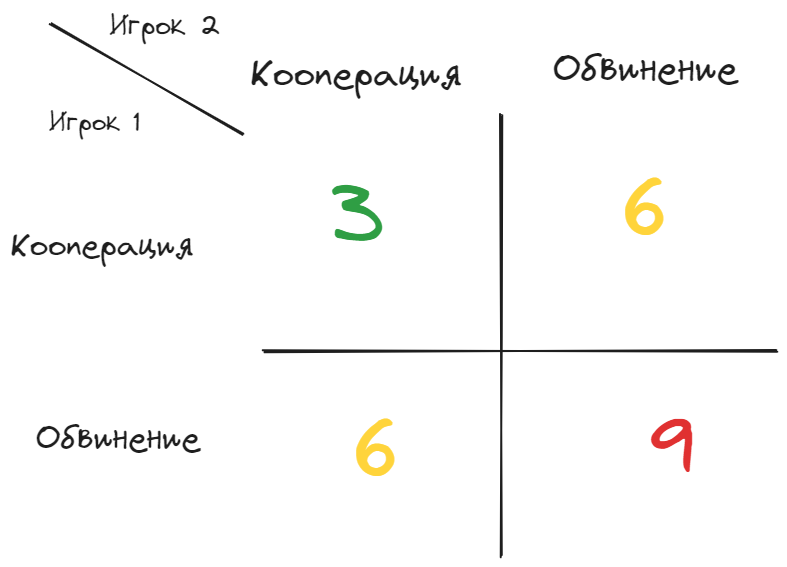
Above: diplom/assets/pedagogic/social/dilemma.excalidraw.png in NMashalov/EducationGenerativeModelApplication (Excalidraw), before the change. Source tidied: one line per element, renumbered; positions are measured from the earlier drawing's top-left corner, leaving out a move shared by most shapes.
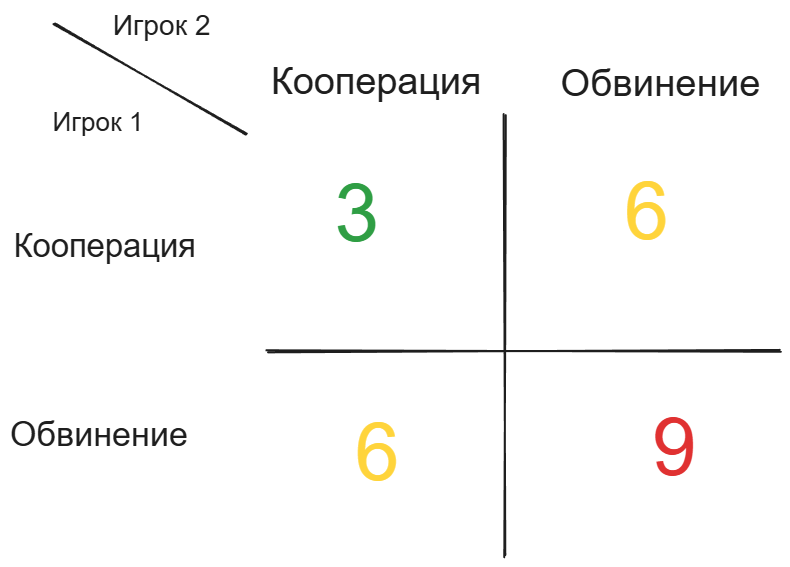
The same diagram one commit later.

What changed in the source:
```diff
@@ -1,13 +1,13 @@
 {"id": 0, "type": "line", "strokeColor": "#1e1e1e", "strokeWidth": 2, "roughness": 1, "round": true, "x": 491, "y": 546, "width": 0, "height": 441, "points": [[0, 0], [0, -441]]}
 {"id": 1, "type": "line", "strokeColor": "#1e1e1e", "strokeWidth": 2, "roughness": 1, "round": true, "x": 254, "y": 341, "width": 514, "height": 0, "points": [[0, 0], [514, 0]]}
-{"id": 2, "type": "text", "text": "Кооперация", "strokeColor": "#1e1e1e", "strokeWidth": 2, "roughness": 1, "fontSize": 37.74, "fontFamily": 1, "x": 240, "y": 42, "width": 212, "height": 47}
+{"id": 2, "type": "text", "text": "Кооперация", "strokeColor": "#1e1e1e", "strokeWidth": 2, "roughness": 1, "fontSize": 37.74, "fontFamily": 2, "x": 257, "y": 49, "width": 210, "height": 43}
-{"id": 3, "type": "text", "text": "Кооперация", "strokeColor": "#1e1e1e", "strokeWidth": 2, "roughness": 1, "fontSize": 32.67, "fontFamily": 1, "x": 0, "y": 217, "width": 183, "height": 41}
+{"id": 3, "type": "text", "text": "Кооперация", "strokeColor": "#1e1e1e", "strokeWidth": 2, "roughness": 1, "fontSize": 32.67, "fontFamily": 2, "x": 0, "y": 217, "width": 182, "height": 38}
-{"id": 4, "type": "text", "text": "Обвинение", "strokeColor": "#1e1e1e", "strokeWidth": 2, "roughness": 1, "fontSize": 38.38, "fontFamily": 1, "x": 543, "y": 37, "width": 185, "height": 48}
+{"id": 4, "type": "text", "text": "Обвинение", "strokeColor": "#1e1e1e", "strokeWidth": 2, "roughness": 1, "fontSize": 38.38, "fontFamily": 2, "x": 547, "y": 51, "width": 200, "height": 44}
-{"id": 5, "type": "text", "text": "Обвинение", "strokeColor": "#1e1e1e", "strokeWidth": 2, "roughness": 1, "fontSize": 34.11, "fontFamily": 1, "x": 26, "y": 409, "width": 164, "height": 43}
+{"id": 5, "type": "text", "text": "Обвинение", "strokeColor": "#1e1e1e", "strokeWidth": 2, "roughness": 1, "fontSize": 34.11, "fontFamily": 2, "x": -4, "y": 405, "width": 178, "height": 39}
-{"id": 6, "type": "text", "text": "3", "strokeColor": "#2f9e44", "strokeWidth": 2, "roughness": 1, "fontSize": 79.66, "fontFamily": 1, "x": 321, "y": 158, "width": 54, "height": 100}
+{"id": 6, "type": "text", "text": "3", "strokeColor": "#2f9e44", "strokeWidth": 2, "roughness": 1, "fontSize": 79.66, "fontFamily": 2, "x": 321, "y": 158, "width": 44, "height": 92}
-{"id": 7, "type": "text", "text": "6", "strokeColor": "#ffd43b", "strokeWidth": 2, "roughness": 1, "fontSize": 79.66, "fontFamily": 1, "x": 611, "y": 156, "width": 51, "height": 100}
+{"id": 7, "type": "text", "text": "6", "strokeColor": "#ffd43b", "strokeWidth": 2, "roughness": 1, "fontSize": 79.66, "fontFamily": 2, "x": 611, "y": 156, "width": 44, "height": 92}
-{"id": 8, "type": "text", "text": "6", "strokeColor": "#ffd43b", "strokeWidth": 2, "roughness": 1, "fontSize": 79.66, "fontFamily": 1, "x": 342, "y": 397, "width": 51, "height": 100}
+{"id": 8, "type": "text", "text": "6", "strokeColor": "#ffd43b", "strokeWidth": 2, "roughness": 1, "fontSize": 79.66, "fontFamily": 2, "x": 342, "y": 397, "width": 44, "height": 92}
-{"id": 9, "type": "text", "text": "9", "strokeColor": "#e03131", "strokeWidth": 2, "roughness": 1, "fontSize": 79.66, "fontFamily": 1, "x": 639, "y": 392, "width": 49, "height": 100}
+{"id": 9, "type": "text", "text": "9", "strokeColor": "#e03131", "strokeWidth": 2, "roughness": 1, "fontSize": 79.66, "fontFamily": 2, "x": 639, "y": 392, "width": 44, "height": 92}
 {"id": 10, "type": "line", "strokeColor": "#1e1e1e", "strokeWidth": 2, "roughness": 1, "round": true, "x": 41, "y": 13, "width": 193, "height": 111, "points": [[0, 0], [193, 111]]}
-{"id": 11, "type": "text", "text": "Игрок 1", "strokeColor": "#1e1e1e", "strokeWidth": 2, "roughness": 1, "fontSize": 26.34, "fontFamily": 1, "x": 39, "y": 97, "width": 92, "height": 33}
+{"id": 11, "type": "text", "text": "Игрок 1", "strokeColor": "#1e1e1e", "strokeWidth": 2, "roughness": 1, "fontSize": 26.34, "fontFamily": 2, "x": 39, "y": 97, "width": 91, "height": 30}
-{"id": 12, "type": "text", "text": "Игрок 2", "strokeColor": "#1e1e1e", "strokeWidth": 2, "roughness": 1, "fontSize": 28.24, "fontFamily": 1, "x": 99, "y": 0, "width": 111, "height": 35}
+{"id": 12, "type": "text", "text": "Игрок 2", "strokeColor": "#1e1e1e", "strokeWidth": 2, "roughness": 1, "fontSize": 28.24, "fontFamily": 2, "x": 99, "y": 0, "width": 98, "height": 32}
```
